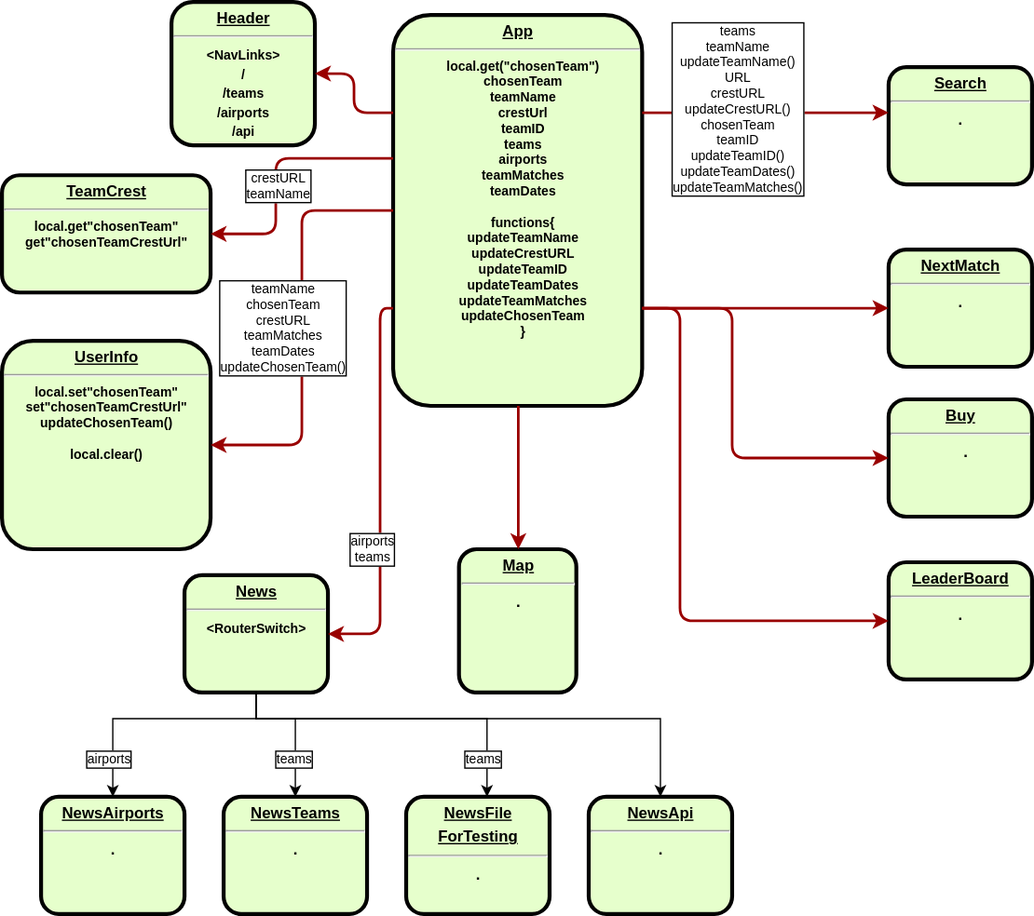
This is sem3Front/src/images/ReactNodes.svg from cph-ms782/SemesterProjekt_Frontend, a draw.io export, as it was before one commit. Source tidied: cells renumbered, new cells last; positions are measured from the earlier drawing's top-left corner, leaving out a move shared by most shapes.
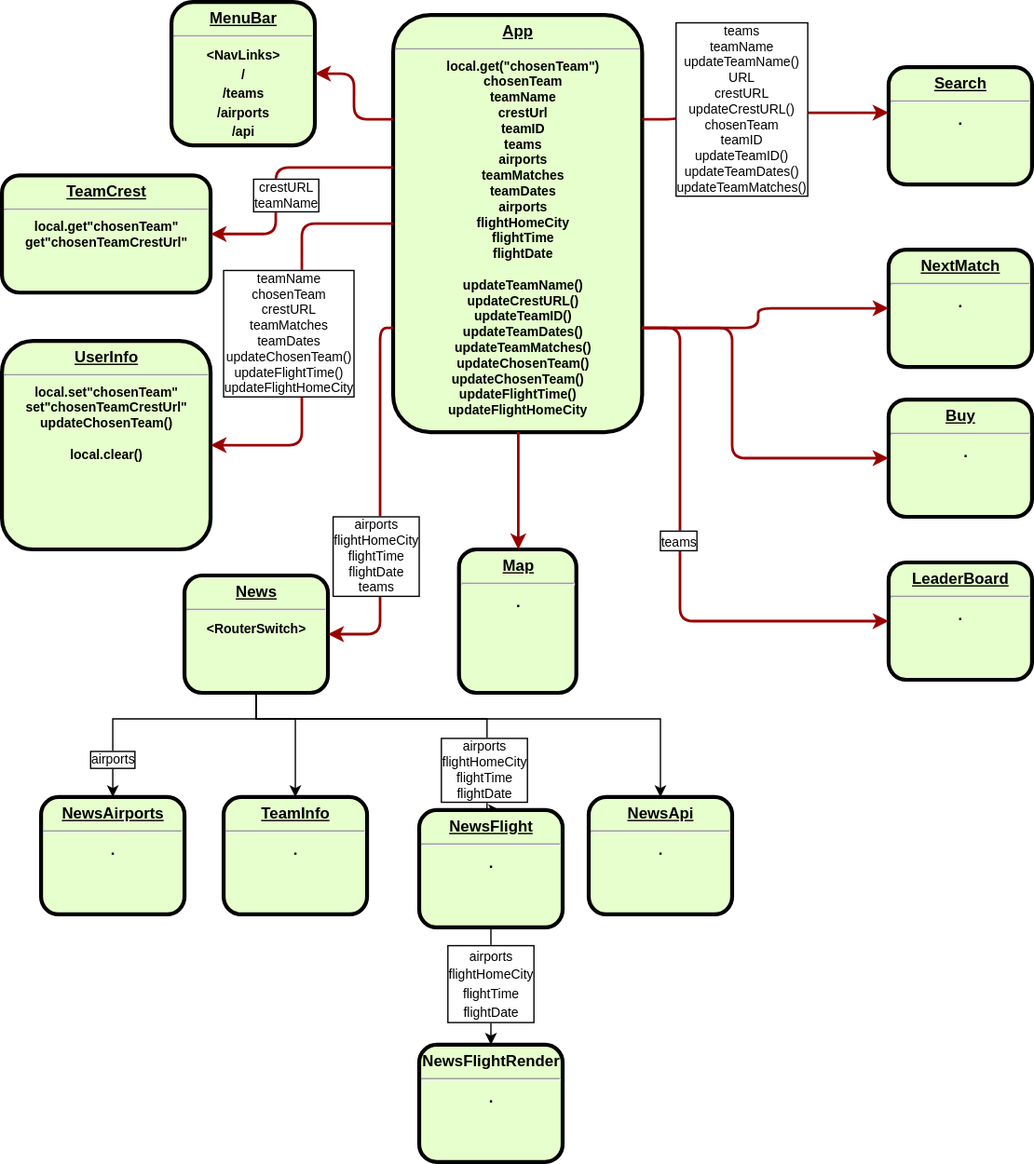
Above is the later version.

Commit message:
update to react map and api component

What changed in the source:
```diff
@@ -5,10 +5,10 @@
     <mxCell id="2" value="&lt;p style=&quot;margin: 0px ; margin-top: 4px ; text-align: center ; text-decoration: underline&quot;&gt;&lt;strong&gt;Search&lt;br&gt;&lt;/strong&gt;&lt;/p&gt;&lt;hr&gt;." style="verticalAlign=middle;align=center;overflow=fill;fontSize=12;fontFamily=Helvetica;html=1;rounded=1;fontStyle=1;strokeWidth=3;fillColor=#E6FFCC;" parent="1" vertex="1">
       <mxGeometry x="680" y="50" width="110" height="90" as="geometry" />
     </mxCell>
-    <mxCell id="3" value="&lt;p style=&quot;margin: 4px 0px 0px ; text-decoration: underline&quot; align=&quot;center&quot;&gt;&lt;strong&gt;App&lt;br&gt;&lt;/strong&gt;&lt;/p&gt;&lt;hr align=&quot;center&quot;&gt;&lt;p style=&quot;margin: 0px 0px 0px 8px ; font-size: 10px&quot; align=&quot;center&quot;&gt;&lt;font style=&quot;font-size: 10px&quot;&gt;local.get(&quot;chosenTeam&quot;)&lt;br&gt;&lt;/font&gt;&lt;/p&gt;&lt;p style=&quot;margin: 0px 0px 0px 8px ; font-size: 10px&quot; align=&quot;center&quot;&gt;&lt;font style=&quot;font-size: 10px&quot;&gt;chosenTeam&lt;/font&gt;&lt;/p&gt;&lt;p style=&quot;margin: 0px 0px 0px 8px ; font-size: 10px&quot; align=&quot;center&quot;&gt;&lt;font style=&quot;font-size: 10px&quot;&gt;teamName&lt;/font&gt;&lt;/p&gt;&lt;p style=&quot;margin: 0px 0px 0px 8px ; font-size: 10px&quot; align=&quot;center&quot;&gt;&lt;font style=&quot;font-size: 10px&quot;&gt;crestUrl&lt;/font&gt;&lt;/p&gt;&lt;p style=&quot;margin: 0px 0px 0px 8px ; font-size: 10px&quot; align=&quot;center&quot;&gt;&lt;font style=&quot;font-size: 10px&quot;&gt;teamID&lt;/font&gt;&lt;/p&gt;&lt;p style=&quot;margin: 0px 0px 0px 8px ; font-size: 10px&quot; align=&quot;center&quot;&gt;&lt;font style=&quot;font-size: 10px&quot;&gt;teams&lt;/font&gt;&lt;/p&gt;&lt;p style=&quot;margin: 0px 0px 0px 8px ; font-size: 10px&quot; align=&quot;center&quot;&gt;&lt;font style=&quot;font-size: 10px&quot;&gt;airports&lt;/font&gt;&lt;/p&gt;&lt;p style=&quot;margin: 0px 0px 0px 8px ; font-size: 10px&quot; align=&quot;center&quot;&gt;&lt;font style=&quot;font-size: 10px&quot;&gt;teamMatches&lt;/font&gt;&lt;/p&gt;&lt;p style=&quot;margin: 0px 0px 0px 8px ; font-size: 10px&quot; align=&quot;center&quot;&gt;&lt;font style=&quot;font-size: 10px&quot;&gt;teamDates&lt;/font&gt;&lt;/p&gt;&lt;p style=&quot;margin: 0px 0px 0px 8px ; font-size: 10px&quot; align=&quot;center&quot;&gt;&lt;font style=&quot;font-size: 10px&quot;&gt;&lt;br&gt;&lt;/font&gt;&lt;/p&gt;&lt;p style=&quot;margin: 0px 0px 0px 8px ; font-size: 10px&quot; align=&quot;center&quot;&gt;&lt;font style=&quot;font-size: 10px&quot;&gt;functions{&lt;/font&gt;&lt;/p&gt;&lt;p style=&quot;margin: 0px 0px 0px 8px ; font-size: 10px&quot; align=&quot;center&quot;&gt;&lt;font style=&quot;font-size: 10px&quot;&gt;updateTeamName&lt;/font&gt;&lt;/p&gt;&lt;p style=&quot;margin: 0px 0px 0px 8px ; font-size: 10px&quot; align=&quot;center&quot;&gt;&lt;font style=&quot;font-size: 10px&quot;&gt;updateCrestURL&lt;/font&gt;&lt;/p&gt;&lt;p style=&quot;margin: 0px 0px 0px 8px ; font-size: 10px&quot; align=&quot;center&quot;&gt;&lt;font style=&quot;font-size: 10px&quot;&gt;updateTeamID&lt;/font&gt;&lt;/p&gt;&lt;p style=&quot;margin: 0px 0px 0px 8px ; font-size: 10px&quot; align=&quot;center&quot;&gt;&lt;font style=&quot;font-size: 10px&quot;&gt;updateTeamDates&lt;/font&gt;&lt;/p&gt;&lt;p style=&quot;margin: 0px 0px 0px 8px ; font-size: 10px&quot; align=&quot;center&quot;&gt;&lt;font style=&quot;font-size: 10px&quot;&gt;updateTeamMatches&lt;/font&gt;&lt;/p&gt;&lt;p style=&quot;margin: 0px 0px 0px 8px ; font-size: 10px&quot; align=&quot;center&quot;&gt;&lt;font style=&quot;font-size: 10px&quot;&gt;updateChosenTeam&lt;/font&gt;&lt;/p&gt;&lt;p style=&quot;margin: 0px 0px 0px 8px ; font-size: 10px&quot; align=&quot;center&quot;&gt;&lt;font style=&quot;font-size: 10px&quot;&gt;}&lt;/font&gt;&lt;font style=&quot;font-size: 10px&quot;&gt;&lt;br&gt;&lt;/font&gt;&lt;/p&gt;" style="verticalAlign=middle;align=center;overflow=fill;fontSize=12;fontFamily=Helvetica;html=1;rounded=1;fontStyle=1;strokeWidth=3;fillColor=#E6FFCC;" parent="1" vertex="1">
-      <mxGeometry x="300" y="10" width="191" height="300" as="geometry" />
+    <mxCell id="3" value="&lt;p style=&quot;margin: 4px 0px 0px ; text-decoration: underline&quot; align=&quot;center&quot;&gt;&lt;strong&gt;App&lt;br&gt;&lt;/strong&gt;&lt;/p&gt;&lt;hr align=&quot;center&quot;&gt;&lt;p style=&quot;margin: 0px 0px 0px 8px ; font-size: 10px&quot; align=&quot;center&quot;&gt;&lt;font style=&quot;font-size: 10px&quot;&gt;local.get(&quot;chosenTeam&quot;)&lt;br&gt;&lt;/font&gt;&lt;/p&gt;&lt;p style=&quot;margin: 0px 0px 0px 8px ; font-size: 10px&quot; align=&quot;center&quot;&gt;&lt;font style=&quot;font-size: 10px&quot;&gt;chosenTeam&lt;/font&gt;&lt;/p&gt;&lt;p style=&quot;margin: 0px 0px 0px 8px ; font-size: 10px&quot; align=&quot;center&quot;&gt;&lt;font style=&quot;font-size: 10px&quot;&gt;teamName&lt;/font&gt;&lt;/p&gt;&lt;p style=&quot;margin: 0px 0px 0px 8px ; font-size: 10px&quot; align=&quot;center&quot;&gt;&lt;font style=&quot;font-size: 10px&quot;&gt;crestUrl&lt;/font&gt;&lt;/p&gt;&lt;p style=&quot;margin: 0px 0px 0px 8px ; font-size: 10px&quot; align=&quot;center&quot;&gt;&lt;font style=&quot;font-size: 10px&quot;&gt;teamID&lt;/font&gt;&lt;/p&gt;&lt;p style=&quot;margin: 0px 0px 0px 8px ; font-size: 10px&quot; align=&quot;center&quot;&gt;&lt;font style=&quot;font-size: 10px&quot;&gt;teams&lt;/font&gt;&lt;/p&gt;&lt;p style=&quot;margin: 0px 0px 0px 8px ; font-size: 10px&quot; align=&quot;center&quot;&gt;&lt;font style=&quot;font-size: 10px&quot;&gt;airports&lt;/font&gt;&lt;/p&gt;&lt;p style=&quot;margin: 0px 0px 0px 8px ; font-size: 10px&quot; align=&quot;center&quot;&gt;&lt;font style=&quot;font-size: 10px&quot;&gt;teamMatches&lt;/font&gt;&lt;/p&gt;&lt;p style=&quot;margin: 0px 0px 0px 8px ; font-size: 10px&quot; align=&quot;center&quot;&gt;&lt;font style=&quot;font-size: 10px&quot;&gt;teamDates&lt;/font&gt;&lt;/p&gt;&lt;p style=&quot;margin: 0px 0px 0px 8px ; font-size: 10px&quot; align=&quot;center&quot;&gt;&lt;font style=&quot;font-size: 10px&quot;&gt;airports&lt;/font&gt;&lt;/p&gt;&lt;p style=&quot;margin: 0px 0px 0px 8px ; font-size: 10px&quot; align=&quot;center&quot;&gt;&lt;font style=&quot;font-size: 10px&quot;&gt;flightHomeCity&lt;/font&gt;&lt;/p&gt;&lt;p style=&quot;margin: 0px 0px 0px 8px ; font-size: 10px&quot; align=&quot;center&quot;&gt;flightTime&lt;/p&gt;&lt;p style=&quot;margin: 0px 0px 0px 8px ; font-size: 10px&quot; align=&quot;center&quot;&gt;flightDate&lt;/p&gt;&lt;p style=&quot;margin: 0px 0px 0px 8px ; font-size: 10px&quot; align=&quot;center&quot;&gt;&lt;font style=&quot;font-size: 10px&quot;&gt;&lt;br&gt;&lt;/font&gt;&lt;/p&gt;&lt;p style=&quot;margin: 0px 0px 0px 8px ; font-size: 10px&quot; align=&quot;center&quot;&gt;&lt;span&gt;updateTeamName()&lt;/span&gt;&lt;br&gt;&lt;/p&gt;&lt;p style=&quot;margin: 0px 0px 0px 8px ; font-size: 10px&quot; align=&quot;center&quot;&gt;&lt;font style=&quot;font-size: 10px&quot;&gt;updateCrestURL()&lt;/font&gt;&lt;/p&gt;&lt;p style=&quot;margin: 0px 0px 0px 8px ; font-size: 10px&quot; align=&quot;center&quot;&gt;&lt;font style=&quot;font-size: 10px&quot;&gt;updateTeamID()&lt;/font&gt;&lt;/p&gt;&lt;p style=&quot;margin: 0px 0px 0px 8px ; font-size: 10px&quot; align=&quot;center&quot;&gt;&lt;font style=&quot;font-size: 10px&quot;&gt;updateTeamDates()&lt;/font&gt;&lt;/p&gt;&lt;p style=&quot;margin: 0px 0px 0px 8px ; font-size: 10px&quot; align=&quot;center&quot;&gt;&lt;font style=&quot;font-size: 10px&quot;&gt;updateTeamMatches()&lt;/font&gt;&lt;/p&gt;&lt;p style=&quot;margin: 0px 0px 0px 8px ; font-size: 10px&quot; align=&quot;center&quot;&gt;&lt;font style=&quot;font-size: 10px&quot;&gt;updateChosenTeam()&lt;/font&gt;&lt;/p&gt;&lt;div style=&quot;font-size: 10px&quot;&gt;updateChosenTeam()&lt;br&gt;&lt;/div&gt;&lt;div style=&quot;font-size: 10px&quot;&gt;updateFlightTime()&lt;/div&gt;&lt;div style=&quot;font-size: 10px&quot;&gt;updateFlightHomeCity&lt;/div&gt;&lt;p style=&quot;margin: 0px 0px 0px 8px ; font-size: 10px&quot; align=&quot;center&quot;&gt;&lt;font style=&quot;font-size: 10px&quot;&gt;&lt;br&gt;&lt;/font&gt;&lt;/p&gt;" style="verticalAlign=middle;align=center;overflow=fill;fontSize=12;fontFamily=Helvetica;html=1;rounded=1;fontStyle=1;strokeWidth=3;fillColor=#E6FFCC;" parent="1" vertex="1">
+      <mxGeometry x="300" y="10" width="191" height="320" as="geometry" />
     </mxCell>
-    <mxCell id="4" value="&lt;p style=&quot;margin: 0px ; margin-top: 4px ; text-align: center ; text-decoration: underline&quot;&gt;&lt;strong&gt;&lt;strong&gt;Header&lt;/strong&gt;&lt;br&gt;&lt;/strong&gt;&lt;/p&gt;&lt;hr&gt;&lt;div&gt;&lt;font style=&quot;font-size: 10px&quot;&gt;&amp;lt;NavLinks&amp;gt;&lt;/font&gt;&lt;/div&gt;&lt;div&gt;&lt;font style=&quot;font-size: 10px&quot;&gt;/&lt;/font&gt;&lt;/div&gt;&lt;div&gt;&lt;font style=&quot;font-size: 10px&quot;&gt;/teams&lt;/font&gt;&lt;/div&gt;&lt;div&gt;&lt;font style=&quot;font-size: 10px&quot;&gt;/airports&lt;/font&gt;&lt;/div&gt;&lt;div&gt;&lt;font style=&quot;font-size: 10px&quot;&gt;/api&lt;br&gt;&lt;/font&gt;&lt;/div&gt;" style="verticalAlign=middle;align=center;overflow=fill;fontSize=12;fontFamily=Helvetica;html=1;rounded=1;fontStyle=1;strokeWidth=3;fillColor=#E6FFCC;" parent="1" vertex="1">
+    <mxCell id="4" value="&lt;p style=&quot;margin: 0px ; margin-top: 4px ; text-align: center ; text-decoration: underline&quot;&gt;&lt;strong&gt;MenuBar&lt;/strong&gt;&lt;/p&gt;&lt;hr&gt;&lt;div&gt;&lt;font style=&quot;font-size: 10px&quot;&gt;&amp;lt;NavLinks&amp;gt;&lt;/font&gt;&lt;/div&gt;&lt;div&gt;&lt;font style=&quot;font-size: 10px&quot;&gt;/&lt;/font&gt;&lt;/div&gt;&lt;div&gt;&lt;font style=&quot;font-size: 10px&quot;&gt;/teams&lt;/font&gt;&lt;/div&gt;&lt;div&gt;&lt;font style=&quot;font-size: 10px&quot;&gt;/airports&lt;/font&gt;&lt;/div&gt;&lt;div&gt;&lt;font style=&quot;font-size: 10px&quot;&gt;/api&lt;br&gt;&lt;/font&gt;&lt;/div&gt;" style="verticalAlign=middle;align=center;overflow=fill;fontSize=12;fontFamily=Helvetica;html=1;rounded=1;fontStyle=1;strokeWidth=3;fillColor=#E6FFCC;" parent="1" vertex="1">
       <mxGeometry x="130" width="110" height="110" as="geometry" />
     </mxCell>
     <mxCell id="5" style="edgeStyle=elbowEdgeStyle;elbow=horizontal;strokeColor=#990000;strokeWidth=2;exitX=1;exitY=0.25;exitDx=0;exitDy=0;" parent="1" edge="1" source="3" target="2">
@@ -59,9 +59,9 @@
         </Array>
       </mxGeometry>
     </mxCell>
-    <mxCell id="12" value="teams" style="text;html=1;align=center;verticalAlign=middle;labelBackgroundColor=#FFFFFF;labelBorderColor=#000000;fontSize=10;" parent="11" vertex="1">
+    <mxCell id="12" value="&lt;font style=&quot;font-size: 10px&quot;&gt;airports&lt;br&gt;flightHomeCity&lt;br&gt;flightTime&lt;br&gt;flightDate&lt;/font&gt;" style="text;html=1;align=center;verticalAlign=middle;labelBackgroundColor=#FFFFFF;labelBorderColor=#000000;fontSize=10;" parent="11" vertex="1">
       <mxGeometry x="0.71" relative="1" as="geometry">
-        <mxPoint x="-2" y="7" as="offset" />
+        <mxPoint x="-2" y="-2" as="offset" />
       </mxGeometry>
     </mxCell>
     <mxCell id="13" style="edgeStyle=orthogonalEdgeStyle;rounded=0;jettySize=auto;html=1;entryX=0.5;entryY=0;entryDx=0;entryDy=0;exitX=0.5;exitY=1;exitDx=0;exitDy=0;" parent="1" edge="1" source="15" target="33">
@@ -72,11 +72,6 @@
         </Array>
       </mxGeometry>
     </mxCell>
-    <mxCell id="14" value="teams" style="text;html=1;align=center;verticalAlign=middle;labelBackgroundColor=#FFFFFF;labelBorderColor=#000000;fontSize=10;" parent="13" vertex="1">
-      <mxGeometry x="0.51" y="4" relative="1" as="geometry">
-        <mxPoint x="-4" y="-3" as="offset" />
-      </mxGeometry>
-    </mxCell>
     <mxCell id="15" value="&lt;p style=&quot;margin: 0px ; margin-top: 4px ; text-align: center ; text-decoration: underline&quot;&gt;&lt;strong&gt;News&lt;br&gt;&lt;/strong&gt;&lt;/p&gt;&lt;hr&gt;&lt;font style=&quot;font-size: 10px&quot;&gt;&amp;lt;RouterSwitch&amp;gt;&lt;/font&gt;" style="verticalAlign=middle;align=center;overflow=fill;fontSize=12;fontFamily=Helvetica;html=1;rounded=1;fontStyle=1;strokeWidth=3;fillColor=#E6FFCC;" parent="1" vertex="1">
       <mxGeometry x="140" y="440" width="110" height="90" as="geometry" />
     </mxCell>
@@ -131,7 +126,7 @@
         </Array>
       </mxGeometry>
     </mxCell>
-    <mxCell id="26" value="&lt;div style=&quot;font-size: 10px;&quot;&gt;teamName&lt;/div&gt;&lt;div style=&quot;font-size: 10px;&quot;&gt;chosenTeam&lt;/div&gt;&lt;div style=&quot;font-size: 10px;&quot;&gt;crestURL&lt;/div&gt;&lt;div style=&quot;font-size: 10px;&quot;&gt;teamMatches&lt;/div&gt;&lt;div style=&quot;font-size: 10px;&quot;&gt;teamDates&lt;/div&gt;&lt;div style=&quot;font-size: 10px;&quot;&gt;updateChosenTeam()&lt;br style=&quot;font-size: 10px;&quot;&gt;&lt;/div&gt;" style="text;html=1;align=center;verticalAlign=middle;labelBackgroundColor=#FFFFFF;labelBorderColor=#000000;fontSize=10;" parent="25" vertex="1">
+    <mxCell id="26" value="&lt;div style=&quot;font-size: 10px&quot;&gt;teamName&lt;/div&gt;&lt;div style=&quot;font-size: 10px&quot;&gt;chosenTeam&lt;/div&gt;&lt;div style=&quot;font-size: 10px&quot;&gt;crestURL&lt;/div&gt;&lt;div style=&quot;font-size: 10px&quot;&gt;teamMatches&lt;/div&gt;&lt;div style=&quot;font-size: 10px&quot;&gt;teamDates&lt;/div&gt;&lt;div style=&quot;font-size: 10px&quot;&gt;updateChosenTeam()&lt;br style=&quot;font-size: 10px&quot;&gt;&lt;/div&gt;&lt;div style=&quot;font-size: 10px&quot;&gt;updateFlightTime()&lt;/div&gt;&lt;div style=&quot;font-size: 10px&quot;&gt;updateFlightHomeCity&lt;/div&gt;" style="text;html=1;align=center;verticalAlign=middle;labelBackgroundColor=#FFFFFF;labelBorderColor=#000000;fontSize=10;" parent="25" vertex="1">
       <mxGeometry x="0.12" relative="1" as="geometry">
         <mxPoint x="-10" y="-20" as="offset" />
       </mxGeometry>
@@ -150,7 +145,7 @@
         </Array>
       </mxGeometry>
     </mxCell>
-    <mxCell id="28" value="&lt;div style=&quot;font-size: 10px;&quot;&gt;airports&lt;/div&gt;&lt;div style=&quot;font-size: 10px;&quot;&gt;teams&lt;br style=&quot;font-size: 10px;&quot;&gt;&lt;/div&gt;" style="text;html=1;align=center;verticalAlign=middle;labelBackgroundColor=#FFFFFF;labelBorderColor=#000000;fontSize=10;" parent="27" vertex="1">
+    <mxCell id="28" value="&lt;div style=&quot;font-size: 10px&quot;&gt;&lt;span&gt;airports&lt;/span&gt;&lt;br&gt;&lt;span&gt;flightHomeCity&lt;/span&gt;&lt;br&gt;&lt;span&gt;flightTime&lt;/span&gt;&lt;br&gt;&lt;span&gt;flightDate&lt;/span&gt;&lt;br&gt;&lt;/div&gt;&lt;div style=&quot;font-size: 10px&quot;&gt;teams&lt;br style=&quot;font-size: 10px&quot;&gt;&lt;/div&gt;" style="text;html=1;align=center;verticalAlign=middle;labelBackgroundColor=#FFFFFF;labelBorderColor=#000000;fontSize=10;" parent="27" vertex="1">
       <mxGeometry x="0.29" y="-3" relative="1" as="geometry" />
     </mxCell>
     <mxCell id="29" style="edgeStyle=elbowEdgeStyle;elbow=horizontal;strokeColor=#990000;strokeWidth=2;entryX=0;entryY=0.5;entryDx=0;entryDy=0;exitX=0.5;exitY=1;exitDx=0;exitDy=0;" parent="1" edge="1" source="3" target="24">
@@ -176,6 +171,9 @@
         </Array>
       </mxGeometry>
     </mxCell>
+    <mxCell id="14" value="&lt;font style=&quot;font-size: 10px&quot;&gt;teams&lt;/font&gt;" style="text;html=1;align=center;verticalAlign=middle;labelBackgroundColor=#ffffff;labelBorderColor=#000000;spacingLeft=1;" parent="30" vertex="1">
+      <mxGeometry x="-0.08" y="-2" relative="1" as="geometry" />
+    </mxCell>
     <mxCell id="31" style="edgeStyle=elbowEdgeStyle;elbow=horizontal;strokeColor=#990000;strokeWidth=2;exitX=1;exitY=0.75;exitDx=0;exitDy=0;entryX=0;entryY=0.5;entryDx=0;entryDy=0;" parent="1" edge="1" source="3" target="23">
       <mxGeometry relative="1" as="geometry">
         <Array as="points">
@@ -193,12 +191,23 @@
         </Array>
       </mxGeometry>
     </mxCell>
-    <mxCell id="33" value="&lt;p style=&quot;margin: 0px ; margin-top: 4px ; text-align: center ; text-decoration: underline&quot;&gt;&lt;strong&gt;NewsTeams&lt;br&gt;&lt;/strong&gt;&lt;/p&gt;&lt;hr&gt;." style="verticalAlign=middle;align=center;overflow=fill;fontSize=12;fontFamily=Helvetica;html=1;rounded=1;fontStyle=1;strokeWidth=3;fillColor=#E6FFCC;" parent="1" vertex="1">
+    <mxCell id="33" value="&lt;p style=&quot;margin: 0px ; margin-top: 4px ; text-align: center ; text-decoration: underline&quot;&gt;&lt;strong&gt;TeamInfo&lt;/strong&gt;&lt;/p&gt;&lt;hr&gt;." style="verticalAlign=middle;align=center;overflow=fill;fontSize=12;fontFamily=Helvetica;html=1;rounded=1;fontStyle=1;strokeWidth=3;fillColor=#E6FFCC;" parent="1" vertex="1">
       <mxGeometry x="170" y="610" width="110" height="90" as="geometry" />
     </mxCell>
+    <mxCell id="36" style="edgeStyle=orthogonalEdgeStyle;rounded=0;jettySize=auto;html=1;" parent="1" edge="1" source="34" target="38">
+      <mxGeometry relative="1" as="geometry" />
+    </mxCell>
+    <mxCell id="37" value="&lt;font style=&quot;font-size: 10px&quot;&gt;airports&lt;br&gt;flightHomeCity&lt;br&gt;flightTime&lt;br&gt;flightDate&lt;/font&gt;" style="text;html=1;align=center;verticalAlign=middle;labelBackgroundColor=#ffffff;labelBorderColor=#000000;" parent="36" vertex="1">
+      <mxGeometry x="-0.34" y="-1" relative="1" as="geometry">
+        <mxPoint x="1" y="11" as="offset" />
+      </mxGeometry>
+    </mxCell>
-    <mxCell id="34" value="&lt;p style=&quot;margin: 0px ; margin-top: 4px ; text-align: center ; text-decoration: underline&quot;&gt;&lt;strong&gt;NewsFile&lt;/strong&gt;&lt;/p&gt;&lt;p style=&quot;margin: 0px ; margin-top: 4px ; text-align: center ; text-decoration: underline&quot;&gt;&lt;strong&gt;ForTesting&lt;br&gt;&lt;/strong&gt;&lt;/p&gt;&lt;hr&gt;." style="verticalAlign=middle;align=center;overflow=fill;fontSize=12;fontFamily=Helvetica;html=1;rounded=1;fontStyle=1;strokeWidth=3;fillColor=#E6FFCC;" parent="1" vertex="1">
-      <mxGeometry x="310" y="610" width="110" height="90" as="geometry" />
+    <mxCell id="34" value="&lt;p style=&quot;margin: 0px ; margin-top: 4px ; text-align: center ; text-decoration: underline&quot;&gt;&lt;strong&gt;NewsFlight&lt;/strong&gt;&lt;/p&gt;&lt;hr&gt;." style="verticalAlign=middle;align=center;overflow=fill;fontSize=12;fontFamily=Helvetica;html=1;rounded=1;fontStyle=1;strokeWidth=3;fillColor=#E6FFCC;" parent="1" vertex="1">
+      <mxGeometry x="320" y="620" width="110" height="90" as="geometry" />
     </mxCell>
+    <mxCell id="38" value="&lt;p style=&quot;margin: 4px 0px 0px&quot;&gt;&lt;strong&gt;NewsFlightRender&lt;/strong&gt;&lt;/p&gt;&lt;hr&gt;.&lt;p style=&quot;margin: 0px ; margin-top: 4px ; text-align: center ; text-decoration: underline&quot;&gt;&lt;/p&gt;" style="verticalAlign=middle;align=center;overflow=fill;fontSize=12;fontFamily=Helvetica;html=1;rounded=1;fontStyle=1;strokeWidth=3;fillColor=#E6FFCC;" parent="1" vertex="1">
+      <mxGeometry x="320" y="800" width="110" height="90" as="geometry" />
+    </mxCell>
     <mxCell id="35" value="&lt;p style=&quot;margin: 0px ; margin-top: 4px ; text-align: center ; text-decoration: underline&quot;&gt;&lt;strong&gt;NewsApi&lt;br&gt;&lt;/strong&gt;&lt;/p&gt;&lt;hr&gt;." style="verticalAlign=middle;align=center;overflow=fill;fontSize=12;fontFamily=Helvetica;html=1;rounded=1;fontStyle=1;strokeWidth=3;fillColor=#E6FFCC;" parent="1" vertex="1">
       <mxGeometry x="450" y="610" width="110" height="90" as="geometry" />
     </mxCell>
```
